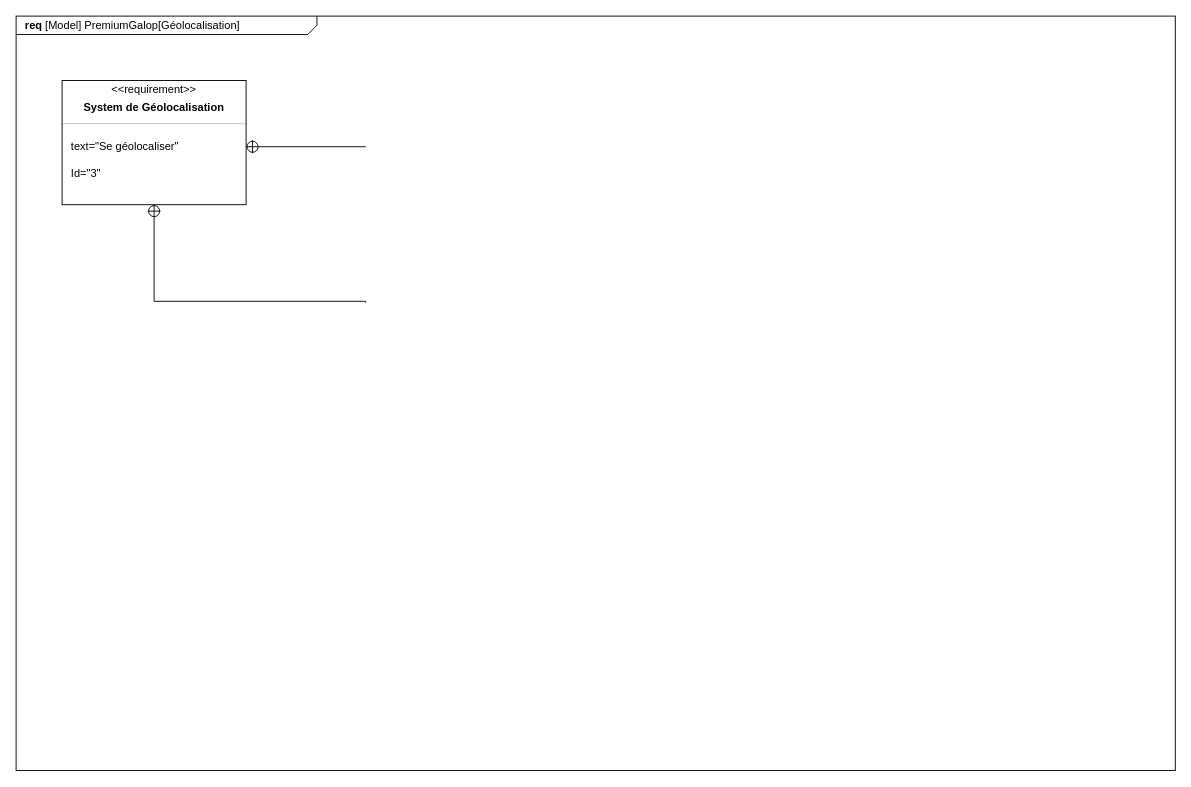
Earlier version of the draw.io diagram SYSML/Requirement/D-requiremment_géolocalisation-T1.drawio (ToGen49/Hippodrome). Source tidied: cells renumbered, new cells numbered last; positions are measured from the earlier drawing's top-left corner, leaving out a move shared by most shapes. Both pictures are drawn from the tidied source at 92%, with x=0, y=0 at pixel (16, 16).
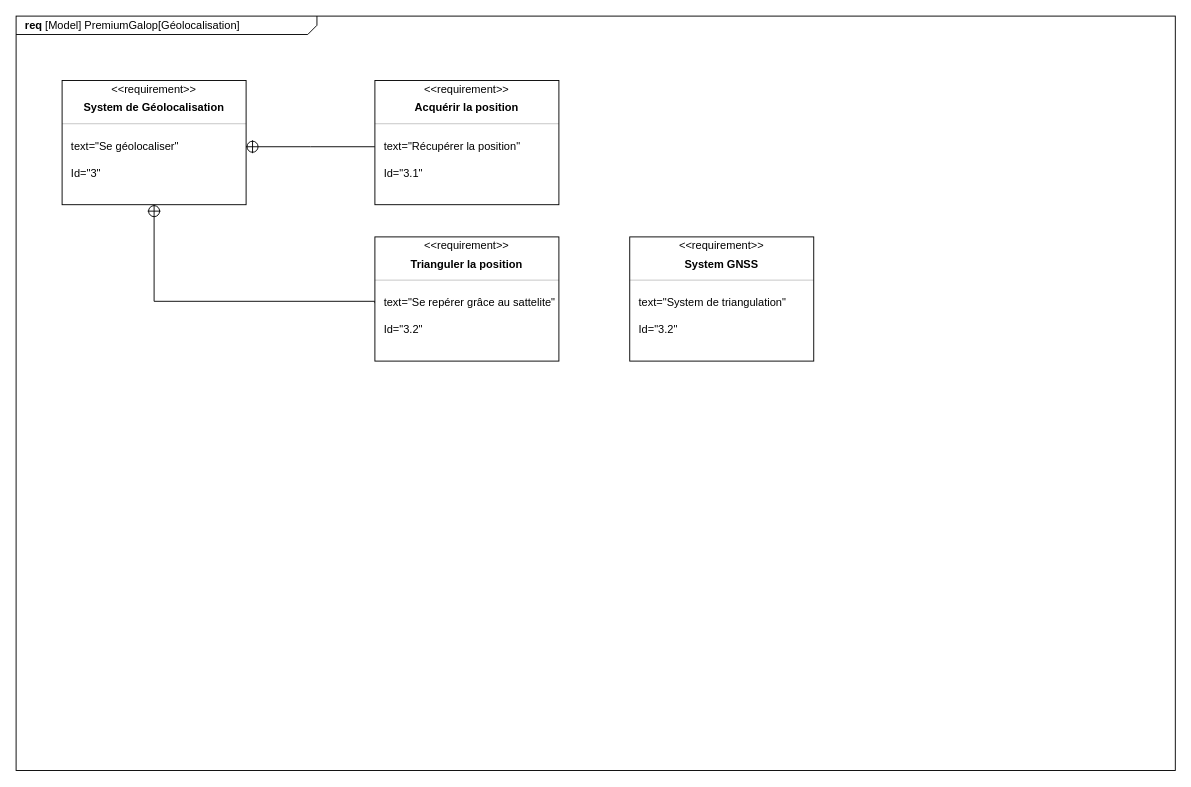
The same page after the edit.

Commit message (it also covers changes not shown here):
Mettre à jour D-requiremment_géolocalisation-T1.drawio

The change refers to these unchanged cells:
```xml
<mxCell id="7" value="text=&quot;Se géolocaliser&quot;" style="html=1;align=left;spacing=0;verticalAlign=middle;strokeColor=none;fillColor=none;whiteSpace=wrap;spacingLeft=10;" parent="3" vertex="1">
  <mxGeometry y="51" width="200" height="42" as="geometry" />
</mxCell>
<mxCell id="9" style="html=1;align=center;spacing=0;verticalAlign=middle;strokeColor=none;fillColor=none;whiteSpace=wrap;" parent="3" vertex="1">
  <mxGeometry y="109" width="200" height="26" as="geometry" />
</mxCell>
```

Change to the diagram source:
```diff
@@
-    <mxCell id="10" style="rounded=0;html=1;labelBackgroundColor=none;endArrow=none;edgeStyle=elbowEdgeStyle;elbow=vertical;startArrow=sysMLPackCont;startSize=12;exitX=1;exitY=0.5;exitDx=0;exitDy=0;entryX=0;entryY=0.5;entryDx=0;entryDy=0;" parent="1" edge="1" source="7">
-      <mxGeometry relative="1" as="geometry">
-        <mxPoint x="380" y="142" as="targetPoint" />
-      </mxGeometry>
+    <mxCell id="10" style="rounded=0;html=1;labelBackgroundColor=none;endArrow=none;edgeStyle=elbowEdgeStyle;elbow=vertical;startArrow=sysMLPackCont;startSize=12;exitX=1;exitY=0.5;exitDx=0;exitDy=0;entryX=0;entryY=0.5;entryDx=0;entryDy=0;" parent="1" edge="1" source="7" target="16">
+      <mxGeometry relative="1" as="geometry" />
     </mxCell>
-    <mxCell id="11" style="rounded=0;html=1;labelBackgroundColor=none;endArrow=none;edgeStyle=elbowEdgeStyle;elbow=vertical;startArrow=sysMLPackCont;startSize=12;entryX=0;entryY=0.25;entryDx=0;entryDy=0;exitX=0.5;exitY=1;exitDx=0;exitDy=0;" parent="1" edge="1" source="9">
+    <mxCell id="11" style="rounded=0;html=1;labelBackgroundColor=none;endArrow=none;edgeStyle=elbowEdgeStyle;elbow=vertical;startArrow=sysMLPackCont;startSize=12;entryX=0;entryY=0.5;entryDx=0;entryDy=0;exitX=0.5;exitY=1;exitDx=0;exitDy=0;" parent="1" edge="1" source="9" target="23">
       <mxGeometry relative="1" as="geometry">
-        <mxPoint x="380" y="311.5" as="targetPoint" />
         <Array as="points">
           <mxPoint x="250" y="310" />
         </Array>
       </mxGeometry>
     </mxCell>
+    <mxCell id="12" style="fontStyle=1;align=center;verticalAlign=middle;horizontal=1;" parent="1" vertex="1">
+      <mxGeometry x="390" y="70" width="200" height="135" as="geometry" />
+    </mxCell>
+    <mxCell id="13" value="&amp;lt;&amp;lt;requirement&amp;gt;&amp;gt;" style="html=1;align=center;spacing=0;verticalAlign=middle;strokeColor=none;fillColor=none;whiteSpace=wrap;spacingTop=3;" parent="12" vertex="1">
+      <mxGeometry width="200" height="16" as="geometry" />
+    </mxCell>
+    <mxCell id="14" value="Acquérir la position" style="html=1;align=center;spacing=0;verticalAlign=middle;strokeColor=none;fillColor=none;whiteSpace=wrap;fontStyle=1;" parent="12" vertex="1">
+      <mxGeometry y="16" width="200" height="27" as="geometry" />
+    </mxCell>
+    <mxCell id="15" style="line;strokeWidth=0.25;fillColor=none;align=left;verticalAlign=middle;spacingTop=-1;spacingLeft=3;spacingRight=3;labelPosition=right;" parent="12" vertex="1">
+      <mxGeometry y="43" width="200" height="8" as="geometry" />
+    </mxCell>
+    <mxCell id="16" value="text=&quot;Récupérer la position&quot;" style="html=1;align=left;spacing=0;verticalAlign=middle;strokeColor=none;fillColor=none;whiteSpace=wrap;spacingLeft=10;" parent="12" vertex="1">
+      <mxGeometry y="51" width="200" height="42" as="geometry" />
+    </mxCell>
+    <mxCell id="17" value="Id=&quot;3.1&lt;span style=&quot;background-color: transparent; color: light-dark(rgb(0, 0, 0), rgb(255, 255, 255));&quot;&gt;&quot;&lt;/span&gt;" style="html=1;align=left;spacing=0;verticalAlign=middle;strokeColor=none;fillColor=none;whiteSpace=wrap;spacingLeft=10;" parent="12" vertex="1">
+      <mxGeometry y="93" width="200" height="16" as="geometry" />
+    </mxCell>
+    <mxCell id="18" style="html=1;align=center;spacing=0;verticalAlign=middle;strokeColor=none;fillColor=none;whiteSpace=wrap;" parent="12" vertex="1">
+      <mxGeometry y="109" width="200" height="26" as="geometry" />
+    </mxCell>
+    <mxCell id="19" style="fontStyle=1;align=center;verticalAlign=middle;horizontal=1;" parent="1" vertex="1">
+      <mxGeometry x="390" y="240" width="200" height="135" as="geometry" />
+    </mxCell>
+    <mxCell id="20" value="&amp;lt;&amp;lt;requirement&amp;gt;&amp;gt;" style="html=1;align=center;spacing=0;verticalAlign=middle;strokeColor=none;fillColor=none;whiteSpace=wrap;spacingTop=3;" parent="19" vertex="1">
+      <mxGeometry width="200" height="16" as="geometry" />
+    </mxCell>
+    <mxCell id="21" value="Trianguler la position" style="html=1;align=center;spacing=0;verticalAlign=middle;strokeColor=none;fillColor=none;whiteSpace=wrap;fontStyle=1;" parent="19" vertex="1">
+      <mxGeometry y="16" width="200" height="27" as="geometry" />
+    </mxCell>
+    <mxCell id="22" style="line;strokeWidth=0.25;fillColor=none;align=left;verticalAlign=middle;spacingTop=-1;spacingLeft=3;spacingRight=3;labelPosition=right;" parent="19" vertex="1">
+      <mxGeometry y="43" width="200" height="8" as="geometry" />
+    </mxCell>
+    <mxCell id="23" value="text=&quot;Se repérer grâce au sattelite&quot;" style="html=1;align=left;spacing=0;verticalAlign=middle;strokeColor=none;fillColor=none;whiteSpace=wrap;spacingLeft=10;" parent="19" vertex="1">
+      <mxGeometry y="51" width="200" height="42" as="geometry" />
+    </mxCell>
+    <mxCell id="24" value="Id=&quot;3.2&lt;span style=&quot;background-color: transparent; color: light-dark(rgb(0, 0, 0), rgb(255, 255, 255));&quot;&gt;&quot;&lt;/span&gt;" style="html=1;align=left;spacing=0;verticalAlign=middle;strokeColor=none;fillColor=none;whiteSpace=wrap;spacingLeft=10;" parent="19" vertex="1">
+      <mxGeometry y="93" width="200" height="16" as="geometry" />
+    </mxCell>
+    <mxCell id="25" style="html=1;align=center;spacing=0;verticalAlign=middle;strokeColor=none;fillColor=none;whiteSpace=wrap;" parent="19" vertex="1">
+      <mxGeometry y="109" width="200" height="26" as="geometry" />
+    </mxCell>
+    <mxCell id="26" style="fontStyle=1;align=center;verticalAlign=middle;horizontal=1;" parent="1" vertex="1">
+      <mxGeometry x="667" y="240" width="200" height="135" as="geometry" />
+    </mxCell>
+    <mxCell id="27" value="&amp;lt;&amp;lt;requirement&amp;gt;&amp;gt;" style="html=1;align=center;spacing=0;verticalAlign=middle;strokeColor=none;fillColor=none;whiteSpace=wrap;spacingTop=3;" parent="26" vertex="1">
+      <mxGeometry width="200" height="16" as="geometry" />
+    </mxCell>
+    <mxCell id="28" value="System GNSS" style="html=1;align=center;spacing=0;verticalAlign=middle;strokeColor=none;fillColor=none;whiteSpace=wrap;fontStyle=1;" parent="26" vertex="1">
+      <mxGeometry y="16" width="200" height="27" as="geometry" />
+    </mxCell>
+    <mxCell id="29" style="line;strokeWidth=0.25;fillColor=none;align=left;verticalAlign=middle;spacingTop=-1;spacingLeft=3;spacingRight=3;labelPosition=right;" parent="26" vertex="1">
+      <mxGeometry y="43" width="200" height="8" as="geometry" />
+    </mxCell>
+    <mxCell id="30" value="text=&quot;System de triangulation&quot;" style="html=1;align=left;spacing=0;verticalAlign=middle;strokeColor=none;fillColor=none;whiteSpace=wrap;spacingLeft=10;" parent="26" vertex="1">
+      <mxGeometry y="51" width="200" height="42" as="geometry" />
+    </mxCell>
+    <mxCell id="31" value="Id=&quot;3.2&lt;span style=&quot;background-color: transparent; color: light-dark(rgb(0, 0, 0), rgb(255, 255, 255));&quot;&gt;&quot;&lt;/span&gt;" style="html=1;align=left;spacing=0;verticalAlign=middle;strokeColor=none;fillColor=none;whiteSpace=wrap;spacingLeft=10;" parent="26" vertex="1">
+      <mxGeometry y="93" width="200" height="16" as="geometry" />
+    </mxCell>
+    <mxCell id="32" style="html=1;align=center;spacing=0;verticalAlign=middle;strokeColor=none;fillColor=none;whiteSpace=wrap;" parent="26" vertex="1">
+      <mxGeometry y="109" width="200" height="26" as="geometry" />
+    </mxCell>
```
